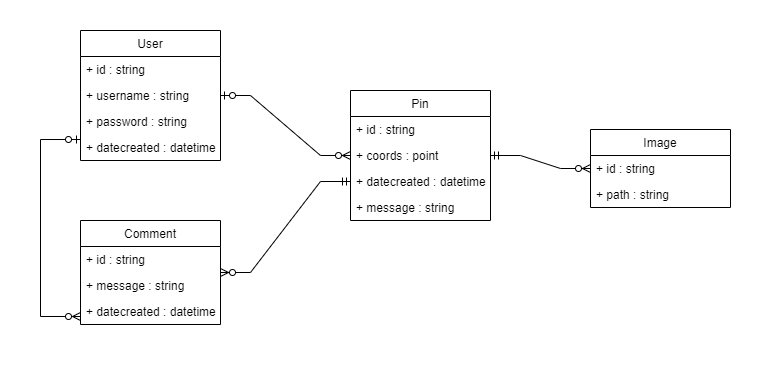
Earlier version of the draw.io export SP - Class Diagram.drawio.png (Perla-Al-Haddad/skyline-pins). Source tidied: cells renumbered, new cells last; positions are measured from the earlier drawing's top-left corner, leaving out a move shared by most shapes.
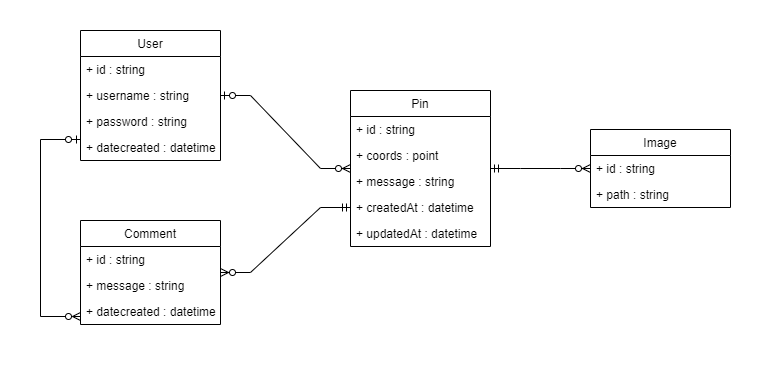
The same file after the commit.

Change to the diagram source:
```diff
@@ -21,7 +21,7 @@
       <mxGeometry y="104" width="140" height="26" as="geometry" />
     </mxCell>
     <mxCell id="8" value="Pin" style="swimlane;fontStyle=0;horizontal=1;startSize=26;" parent="1" vertex="1">
-      <mxGeometry x="350" y="90" width="140" height="130" as="geometry" />
+      <mxGeometry x="350" y="90" width="140" height="156" as="geometry" />
     </mxCell>
     <mxCell id="9" value="+ id : string" style="text;strokeColor=none;fillColor=none;align=left;verticalAlign=top;spacingLeft=4;spacingRight=4;overflow=hidden;" parent="8" vertex="1">
       <mxGeometry y="26" width="140" height="26" as="geometry" />
@@ -29,12 +29,15 @@
     <mxCell id="10" value="+ coords : point" style="text;strokeColor=none;fillColor=none;align=left;verticalAlign=top;spacingLeft=4;spacingRight=4;overflow=hidden;" parent="8" vertex="1">
       <mxGeometry y="52" width="140" height="26" as="geometry" />
     </mxCell>
+    <mxCell id="12" value="+ message : string" style="text;strokeColor=none;fillColor=none;align=left;verticalAlign=top;spacingLeft=4;spacingRight=4;overflow=hidden;" parent="8" vertex="1">
+      <mxGeometry y="78" width="140" height="26" as="geometry" />
+    </mxCell>
-    <mxCell id="11" value="+ datecreated : datetime" style="text;strokeColor=none;fillColor=none;align=left;verticalAlign=top;spacingLeft=4;spacingRight=4;overflow=hidden;points=[[0,0.5],[1,0.5]];portConstraint=eastwest;" parent="8" vertex="1">
-      <mxGeometry y="78" width="140" height="26" as="geometry" />
+    <mxCell id="11" value="+ createdAt : datetime" style="text;strokeColor=none;fillColor=none;align=left;verticalAlign=top;spacingLeft=4;spacingRight=4;overflow=hidden;points=[[0,0.5],[1,0.5]];portConstraint=eastwest;" parent="8" vertex="1">
+      <mxGeometry y="104" width="140" height="26" as="geometry" />
     </mxCell>
-    <mxCell id="12" value="+ message : string" style="text;strokeColor=none;fillColor=none;align=left;verticalAlign=top;spacingLeft=4;spacingRight=4;overflow=hidden;" parent="8" vertex="1">
-      <mxGeometry y="104" width="140" height="26" as="geometry" />
-    </mxCell>
+    <mxCell id="24" value="+ updatedAt : datetime" style="text;strokeColor=none;fillColor=none;align=left;verticalAlign=top;spacingLeft=4;spacingRight=4;overflow=hidden;" parent="8" vertex="1">
+      <mxGeometry y="130" width="140" height="26" as="geometry" />
+    </mxCell>
     <mxCell id="13" style="edgeStyle=entityRelationEdgeStyle;fontSize=12;html=1;endArrow=ERzeroToMany;startArrow=ERzeroToOne;rounded=0;startFill=0;" parent="1" edge="1" source="3" target="8">
       <mxGeometry relative="1" as="geometry" />
     </mxCell>
```
